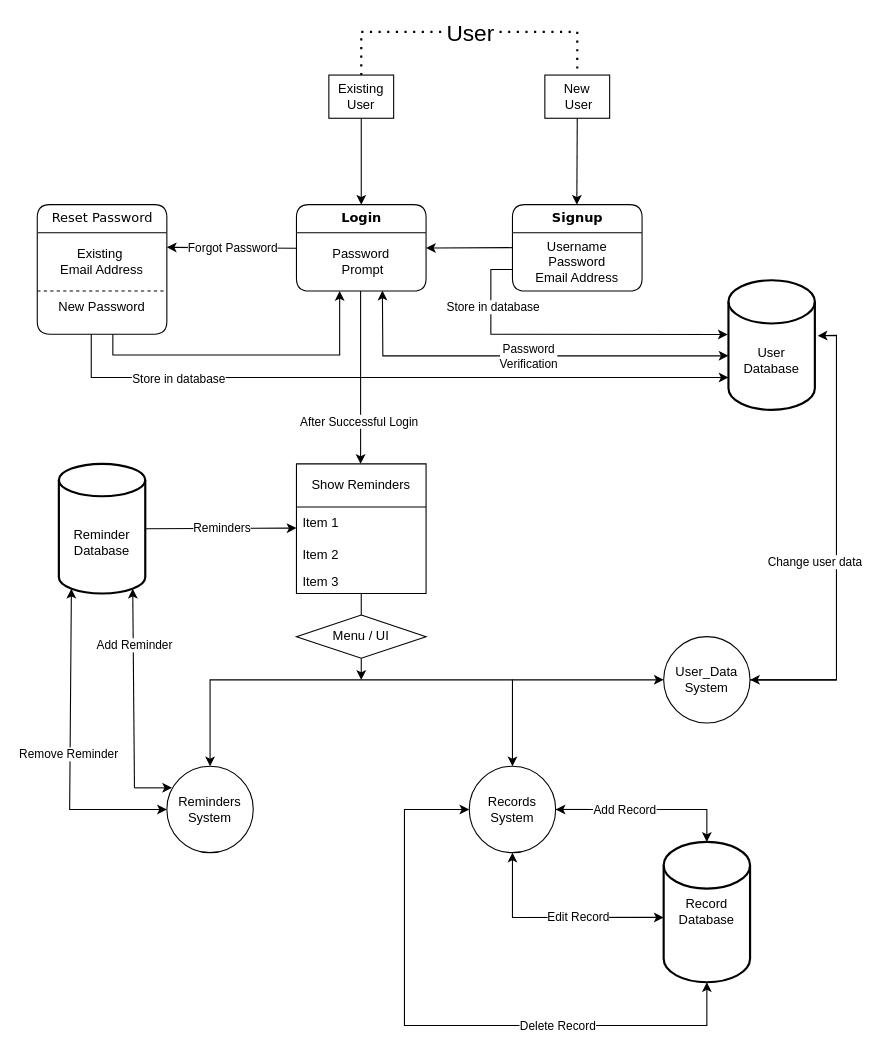
The draw.io diagram Untitled Diagram.drawio in Nischall01/DDMS, before the edit. Source tidied: cells renumbered, new cells numbered last; positions are measured from the earlier drawing's top-left corner, leaving out a move shared by most shapes. Both pictures are drawn from the tidied source at 108%, with x=0, y=0 at pixel (37, 31).
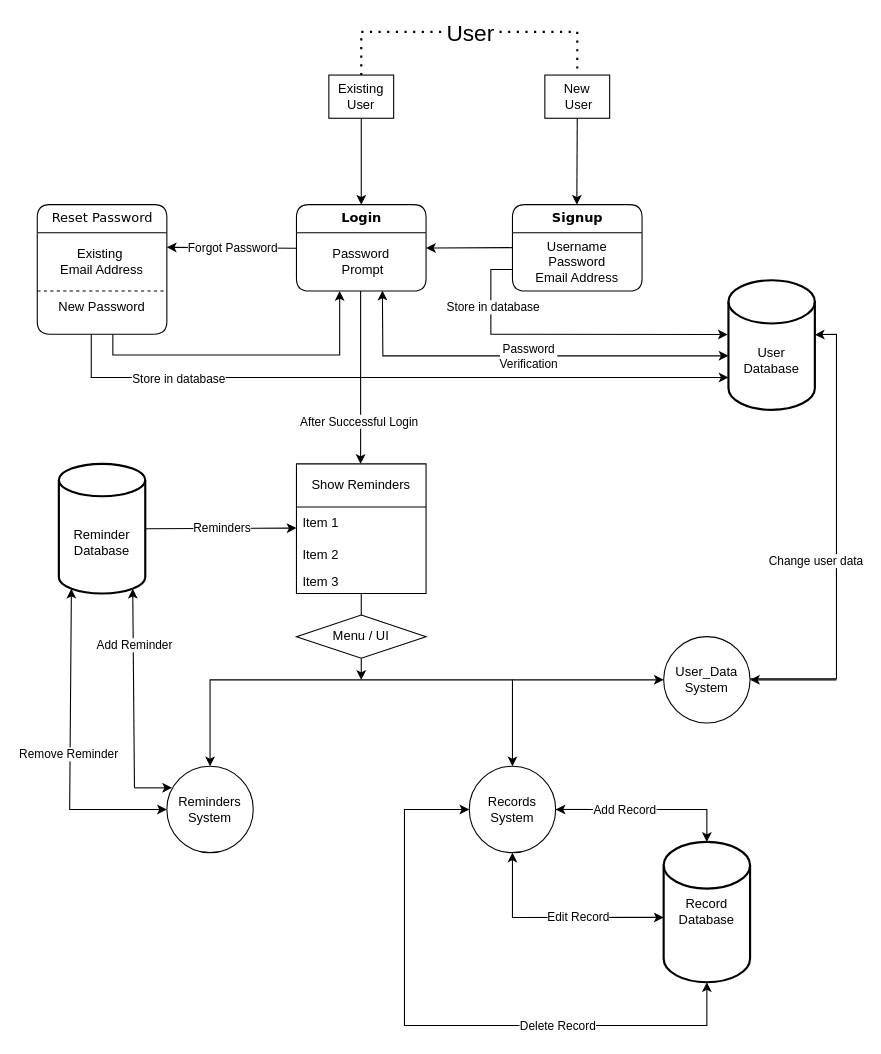
The same page after the edit.

The change refers to these unchanged cells:
```xml
<mxCell id="13" value="&lt;p style=&quot;line-height: 100%;&quot;&gt;&lt;/p&gt;&lt;div&gt;&lt;br&gt;&lt;/div&gt;&lt;div&gt;&lt;br&gt;&lt;/div&gt;&lt;div&gt;User &lt;br&gt;&lt;/div&gt;&lt;div&gt;Database&lt;/div&gt;&lt;p&gt;&lt;/p&gt;" style="strokeWidth=2;html=1;shape=mxgraph.flowchart.database;whiteSpace=wrap;align=center;" parent="1" vertex="1">
  <mxGeometry x="640" y="230" width="80" height="120" as="geometry" />
</mxCell>
```

Change to the diagram source:
```diff
@@
-    <mxCell id="57" style="endArrow=classic;html=1;rounded=0;entryX=1.033;entryY=0.428;entryDx=0;entryDy=0;entryPerimeter=0;" parent="1" edge="1" target="13">
+    <mxCell id="57" style="endArrow=classic;html=1;rounded=0;entryX=1;entryY=0.42;entryDx=0;entryDy=0;entryPerimeter=0;" parent="1" edge="1" target="13">
       <mxGeometry relative="1" as="geometry">
-        <mxPoint x="660" y="600" as="sourcePoint" />
+        <mxPoint x="660" y="599" as="sourcePoint" />
         <Array as="points">
-          <mxPoint x="740" y="600" />
-          <mxPoint x="740" y="281" />
+          <mxPoint x="740" y="599" />
+          <mxPoint x="740" y="280" />
         </Array>
       </mxGeometry>
     </mxCell>
```
